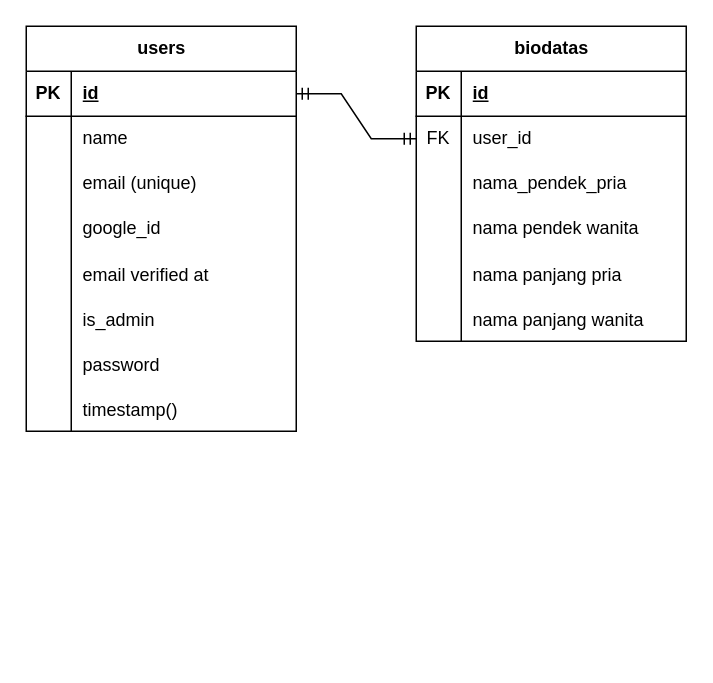
Above: Untitled Diagram.drawio in herisukoco/draw.io (draw.io), before the change. Source tidied: cells renumbered, new cells numbered last; positions are measured from the earlier drawing's top-left corner, leaving out a move shared by most shapes. Both pictures are drawn from the tidied source at 150%, with x=0, y=0 at pixel (26, 26).
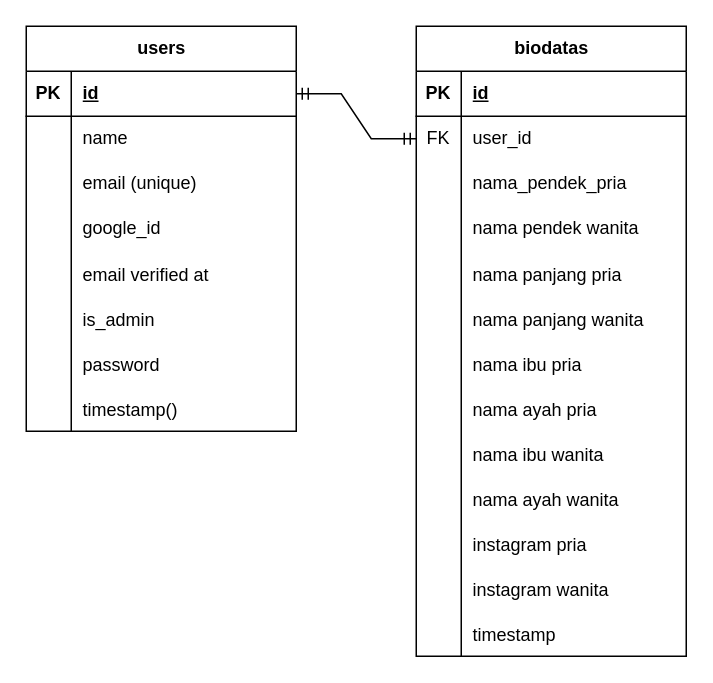
Above is the later version.

Diff of the diagram source:
```diff
@@
     <mxCell id="27" value="biodatas" style="shape=table;startSize=30;childLayout=tableLayout;rowLines=0;fontStyle=1;align=center;html=1;" parent="1" vertex="1">
-      <mxGeometry x="260" width="180" height="210" as="geometry" />
+      <mxGeometry x="260" width="180" height="420" as="geometry" />
     </mxCell>
@@
+    <mxCell id="47" style="shape=tableRow;horizontal=0;startSize=0;swimlaneHead=0;swimlaneBody=0;fillColor=none;top=0;left=0;right=0;bottom=0;" parent="27" vertex="1">
+      <mxGeometry y="210" width="180" height="30" as="geometry" />
+    </mxCell>
+    <mxCell id="48" style="shape=partialRectangle;fillColor=none;top=0;left=0;bottom=0;right=0;overflow=hidden;" parent="47" vertex="1">
+      <mxGeometry width="30" height="30" as="geometry" />
+    </mxCell>
+    <mxCell id="49" value="nama ibu pria" style="shape=partialRectangle;fillColor=none;top=0;left=0;bottom=0;right=0;align=left;spacingLeft=6;overflow=hidden;" parent="47" vertex="1">
+      <mxGeometry x="30" width="150" height="30" as="geometry" />
+    </mxCell>
+    <mxCell id="50" style="shape=tableRow;horizontal=0;startSize=0;swimlaneHead=0;swimlaneBody=0;fillColor=none;top=0;left=0;right=0;bottom=0;" parent="27" vertex="1">
+      <mxGeometry y="240" width="180" height="30" as="geometry" />
+    </mxCell>
+    <mxCell id="51" style="shape=partialRectangle;fillColor=none;top=0;left=0;bottom=0;right=0;overflow=hidden;" parent="50" vertex="1">
+      <mxGeometry width="30" height="30" as="geometry" />
+    </mxCell>
+    <mxCell id="52" value="nama ayah pria" style="shape=partialRectangle;fillColor=none;top=0;left=0;bottom=0;right=0;align=left;spacingLeft=6;overflow=hidden;" parent="50" vertex="1">
+      <mxGeometry x="30" width="150" height="30" as="geometry" />
+    </mxCell>
+    <mxCell id="53" style="shape=tableRow;horizontal=0;startSize=0;swimlaneHead=0;swimlaneBody=0;fillColor=none;top=0;left=0;right=0;bottom=0;" parent="27" vertex="1">
+      <mxGeometry y="270" width="180" height="30" as="geometry" />
+    </mxCell>
+    <mxCell id="54" style="shape=partialRectangle;fillColor=none;top=0;left=0;bottom=0;right=0;overflow=hidden;" parent="53" vertex="1">
+      <mxGeometry width="30" height="30" as="geometry" />
+    </mxCell>
+    <mxCell id="55" value="nama ibu wanita" style="shape=partialRectangle;fillColor=none;top=0;left=0;bottom=0;right=0;align=left;spacingLeft=6;overflow=hidden;" parent="53" vertex="1">
+      <mxGeometry x="30" width="150" height="30" as="geometry" />
+    </mxCell>
+    <mxCell id="56" style="shape=tableRow;horizontal=0;startSize=0;swimlaneHead=0;swimlaneBody=0;fillColor=none;top=0;left=0;right=0;bottom=0;" parent="27" vertex="1">
+      <mxGeometry y="300" width="180" height="30" as="geometry" />
+    </mxCell>
+    <mxCell id="57" style="shape=partialRectangle;fillColor=none;top=0;left=0;bottom=0;right=0;overflow=hidden;" parent="56" vertex="1">
+      <mxGeometry width="30" height="30" as="geometry" />
+    </mxCell>
+    <mxCell id="58" value="nama ayah wanita" style="shape=partialRectangle;fillColor=none;top=0;left=0;bottom=0;right=0;align=left;spacingLeft=6;overflow=hidden;" parent="56" vertex="1">
+      <mxGeometry x="30" width="150" height="30" as="geometry" />
+    </mxCell>
+    <mxCell id="59" style="shape=tableRow;horizontal=0;startSize=0;swimlaneHead=0;swimlaneBody=0;fillColor=none;top=0;left=0;right=0;bottom=0;" parent="27" vertex="1">
+      <mxGeometry y="330" width="180" height="30" as="geometry" />
+    </mxCell>
+    <mxCell id="60" style="shape=partialRectangle;fillColor=none;top=0;left=0;bottom=0;right=0;overflow=hidden;" parent="59" vertex="1">
+      <mxGeometry width="30" height="30" as="geometry" />
+    </mxCell>
+    <mxCell id="61" value="instagram pria" style="shape=partialRectangle;fillColor=none;top=0;left=0;bottom=0;right=0;align=left;spacingLeft=6;overflow=hidden;" parent="59" vertex="1">
+      <mxGeometry x="30" width="150" height="30" as="geometry" />
+    </mxCell>
+    <mxCell id="62" style="shape=tableRow;horizontal=0;startSize=0;swimlaneHead=0;swimlaneBody=0;fillColor=none;top=0;left=0;right=0;bottom=0;" parent="27" vertex="1">
+      <mxGeometry y="360" width="180" height="30" as="geometry" />
+    </mxCell>
+    <mxCell id="63" style="shape=partialRectangle;fillColor=none;top=0;left=0;bottom=0;right=0;overflow=hidden;" parent="62" vertex="1">
+      <mxGeometry width="30" height="30" as="geometry" />
+    </mxCell>
+    <mxCell id="64" value="instagram wanita" style="shape=partialRectangle;fillColor=none;top=0;left=0;bottom=0;right=0;align=left;spacingLeft=6;overflow=hidden;" parent="62" vertex="1">
+      <mxGeometry x="30" width="150" height="30" as="geometry" />
+    </mxCell>
+    <mxCell id="65" style="shape=tableRow;horizontal=0;startSize=0;swimlaneHead=0;swimlaneBody=0;fillColor=none;top=0;left=0;right=0;bottom=0;" parent="27" vertex="1">
+      <mxGeometry y="390" width="180" height="30" as="geometry" />
+    </mxCell>
+    <mxCell id="66" style="shape=partialRectangle;fillColor=none;top=0;left=0;bottom=0;right=0;overflow=hidden;" parent="65" vertex="1">
+      <mxGeometry width="30" height="30" as="geometry" />
+    </mxCell>
+    <mxCell id="67" value="timestamp" style="shape=partialRectangle;fillColor=none;top=0;left=0;bottom=0;right=0;align=left;spacingLeft=6;overflow=hidden;" parent="65" vertex="1">
+      <mxGeometry x="30" width="150" height="30" as="geometry" />
+    </mxCell>
```
